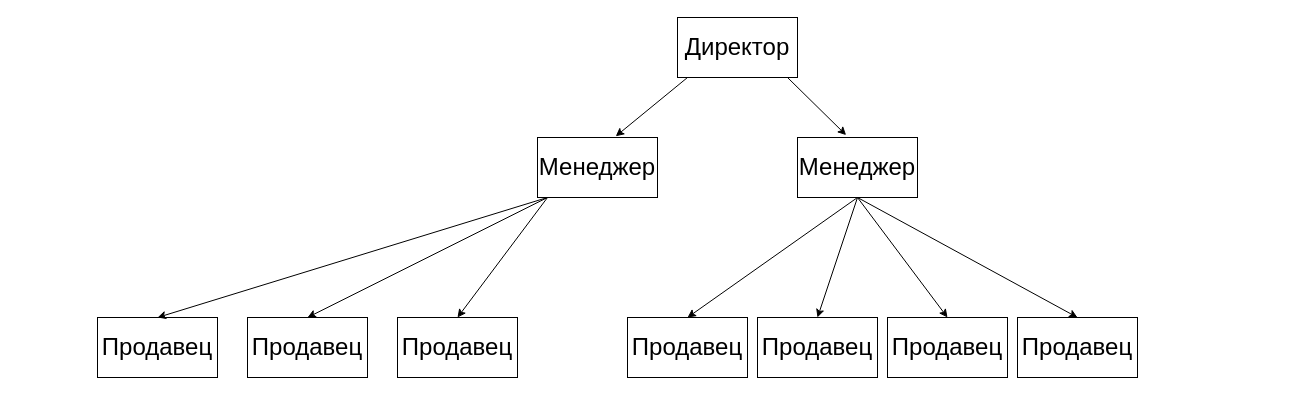
Above: ForTuning.drawio in dibovdmitry/Databases_for_labs (draw.io), before the change. Source tidied: cells renumbered, new cells numbered last; positions are measured from the earlier drawing's top-left corner, leaving out a move shared by most shapes. Both pictures are drawn from the tidied source at 100%, with x=0, y=0 at pixel (97, 17).
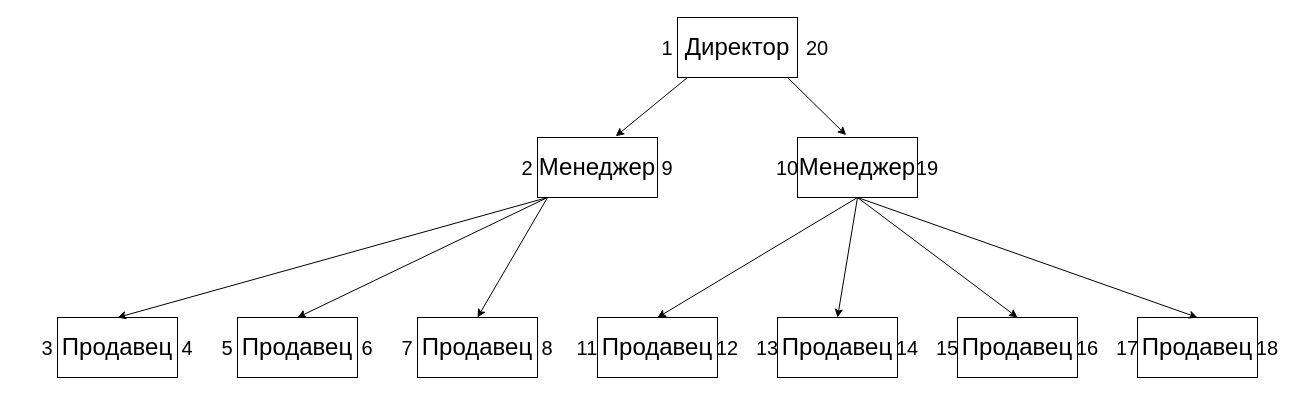
Above is the later version.

Diff of the diagram source:
```diff
@@
     <mxCell id="5" value="Продавец" style="rounded=0;whiteSpace=wrap;html=1;fontSize=24;" parent="1" vertex="1">
-      <mxGeometry x="150" y="300" width="120" height="60" as="geometry" />
+      <mxGeometry x="140" y="300" width="120" height="60" as="geometry" />
     </mxCell>
     <mxCell id="6" value="Продавец" style="rounded=0;whiteSpace=wrap;html=1;fontSize=24;" parent="1" vertex="1">
-      <mxGeometry x="300" y="300" width="120" height="60" as="geometry" />
+      <mxGeometry x="320" y="300" width="120" height="60" as="geometry" />
     </mxCell>
     <mxCell id="7" value="Продавец" style="rounded=0;whiteSpace=wrap;html=1;fontSize=24;" parent="1" vertex="1">
-      <mxGeometry y="300" width="120" height="60" as="geometry" />
+      <mxGeometry x="-40" y="300" width="120" height="60" as="geometry" />
     </mxCell>
     <mxCell id="8" value="Продавец" style="rounded=0;whiteSpace=wrap;html=1;fontSize=24;" parent="1" vertex="1">
-      <mxGeometry x="530" y="300" width="120" height="60" as="geometry" />
+      <mxGeometry x="500" y="300" width="120" height="60" as="geometry" />
     </mxCell>
     <mxCell id="9" value="Продавец" style="rounded=0;whiteSpace=wrap;html=1;fontSize=24;" parent="1" vertex="1">
-      <mxGeometry x="660" y="300" width="120" height="60" as="geometry" />
+      <mxGeometry x="680" y="300" width="120" height="60" as="geometry" />
     </mxCell>
     <mxCell id="10" value="Продавец" style="rounded=0;whiteSpace=wrap;html=1;fontSize=24;" parent="1" vertex="1">
-      <mxGeometry x="790" y="300" width="120" height="60" as="geometry" />
+      <mxGeometry x="860" y="300" width="120" height="60" as="geometry" />
     </mxCell>
     <mxCell id="11" value="Продавец" style="rounded=0;whiteSpace=wrap;html=1;fontSize=24;" parent="1" vertex="1">
-      <mxGeometry x="920" y="300" width="120" height="60" as="geometry" />
+      <mxGeometry x="1040" y="300" width="120" height="60" as="geometry" />
     </mxCell>
@@
+    <mxCell id="21" value="1" style="text;html=1;align=center;verticalAlign=middle;whiteSpace=wrap;rounded=0;fontSize=20;" parent="1" vertex="1">
+      <mxGeometry x="540" y="15" width="60" height="30" as="geometry" />
+    </mxCell>
+    <mxCell id="22" value="20" style="text;html=1;align=center;verticalAlign=middle;whiteSpace=wrap;rounded=0;fontSize=20;" parent="1" vertex="1">
+      <mxGeometry x="690" y="15" width="60" height="30" as="geometry" />
+    </mxCell>
+    <mxCell id="23" value="2" style="text;html=1;align=center;verticalAlign=middle;whiteSpace=wrap;rounded=0;fontSize=20;" parent="1" vertex="1">
+      <mxGeometry x="400" y="135" width="60" height="30" as="geometry" />
+    </mxCell>
+    <mxCell id="24" value="3" style="text;html=1;align=center;verticalAlign=middle;whiteSpace=wrap;rounded=0;fontSize=20;" parent="1" vertex="1">
+      <mxGeometry x="-80" y="315" width="60" height="30" as="geometry" />
+    </mxCell>
+    <mxCell id="25" value="4" style="text;html=1;align=center;verticalAlign=middle;whiteSpace=wrap;rounded=0;fontSize=20;" parent="1" vertex="1">
+      <mxGeometry x="60" y="315" width="60" height="30" as="geometry" />
+    </mxCell>
+    <mxCell id="26" value="5" style="text;html=1;align=center;verticalAlign=middle;whiteSpace=wrap;rounded=0;fontSize=20;" parent="1" vertex="1">
+      <mxGeometry x="100" y="315" width="60" height="30" as="geometry" />
+    </mxCell>
+    <mxCell id="27" value="6" style="text;html=1;align=center;verticalAlign=middle;whiteSpace=wrap;rounded=0;fontSize=20;" parent="1" vertex="1">
+      <mxGeometry x="240" y="315" width="60" height="30" as="geometry" />
+    </mxCell>
+    <mxCell id="28" value="7" style="text;html=1;align=center;verticalAlign=middle;whiteSpace=wrap;rounded=0;fontSize=20;" parent="1" vertex="1">
+      <mxGeometry x="280" y="315" width="60" height="30" as="geometry" />
+    </mxCell>
+    <mxCell id="29" value="8" style="text;html=1;align=center;verticalAlign=middle;whiteSpace=wrap;rounded=0;fontSize=20;" parent="1" vertex="1">
+      <mxGeometry x="420" y="315" width="60" height="30" as="geometry" />
+    </mxCell>
+    <mxCell id="30" value="9" style="text;html=1;align=center;verticalAlign=middle;whiteSpace=wrap;rounded=0;fontSize=20;" parent="1" vertex="1">
+      <mxGeometry x="540" y="135" width="60" height="30" as="geometry" />
+    </mxCell>
+    <mxCell id="31" value="10" style="text;html=1;align=center;verticalAlign=middle;whiteSpace=wrap;rounded=0;fontSize=20;" parent="1" vertex="1">
+      <mxGeometry x="660" y="135" width="60" height="30" as="geometry" />
+    </mxCell>
+    <mxCell id="32" value="11" style="text;html=1;align=center;verticalAlign=middle;whiteSpace=wrap;rounded=0;fontSize=20;" parent="1" vertex="1">
+      <mxGeometry x="460" y="315" width="60" height="30" as="geometry" />
+    </mxCell>
+    <mxCell id="33" value="12" style="text;html=1;align=center;verticalAlign=middle;whiteSpace=wrap;rounded=0;fontSize=20;" parent="1" vertex="1">
+      <mxGeometry x="600" y="315" width="60" height="30" as="geometry" />
+    </mxCell>
+    <mxCell id="34" value="13" style="text;html=1;align=center;verticalAlign=middle;whiteSpace=wrap;rounded=0;fontSize=20;" parent="1" vertex="1">
+      <mxGeometry x="640" y="315" width="60" height="30" as="geometry" />
+    </mxCell>
+    <mxCell id="35" value="14" style="text;html=1;align=center;verticalAlign=middle;whiteSpace=wrap;rounded=0;fontSize=20;" parent="1" vertex="1">
+      <mxGeometry x="780" y="315" width="60" height="30" as="geometry" />
+    </mxCell>
+    <mxCell id="36" value="15" style="text;html=1;align=center;verticalAlign=middle;whiteSpace=wrap;rounded=0;fontSize=20;" parent="1" vertex="1">
+      <mxGeometry x="820" y="315" width="60" height="30" as="geometry" />
+    </mxCell>
+    <mxCell id="37" value="16" style="text;html=1;align=center;verticalAlign=middle;whiteSpace=wrap;rounded=0;fontSize=20;" parent="1" vertex="1">
+      <mxGeometry x="960" y="315" width="60" height="30" as="geometry" />
+    </mxCell>
+    <mxCell id="38" value="17" style="text;html=1;align=center;verticalAlign=middle;whiteSpace=wrap;rounded=0;fontSize=20;" parent="1" vertex="1">
+      <mxGeometry x="1000" y="315" width="60" height="30" as="geometry" />
+    </mxCell>
+    <mxCell id="39" value="18" style="text;html=1;align=center;verticalAlign=middle;whiteSpace=wrap;rounded=0;fontSize=20;" parent="1" vertex="1">
+      <mxGeometry x="1140" y="315" width="60" height="30" as="geometry" />
+    </mxCell>
+    <mxCell id="40" value="19" style="text;html=1;align=center;verticalAlign=middle;whiteSpace=wrap;rounded=0;fontSize=20;" parent="1" vertex="1">
+      <mxGeometry x="800" y="135" width="60" height="30" as="geometry" />
+    </mxCell>
```
